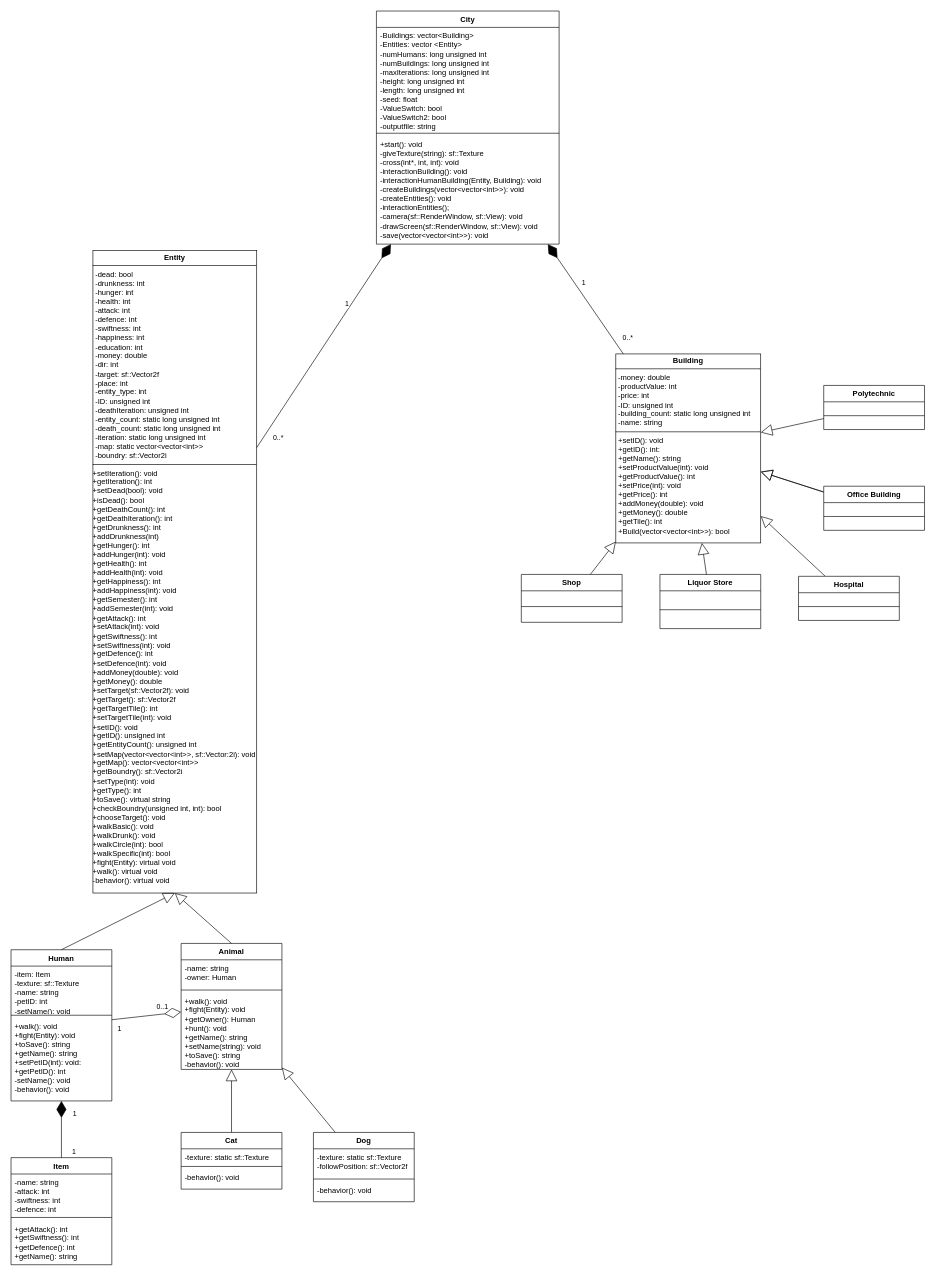
Earlier version of the draw.io diagram drawio/diagram_class.drawio (KacKep/city_simulator). Source tidied: cells renumbered, new cells numbered last; positions are measured from the earlier drawing's top-left corner, leaving out a move shared by most shapes. Both pictures are drawn from the tidied source at 63%, with x=0, y=0 at pixel (11, 11).
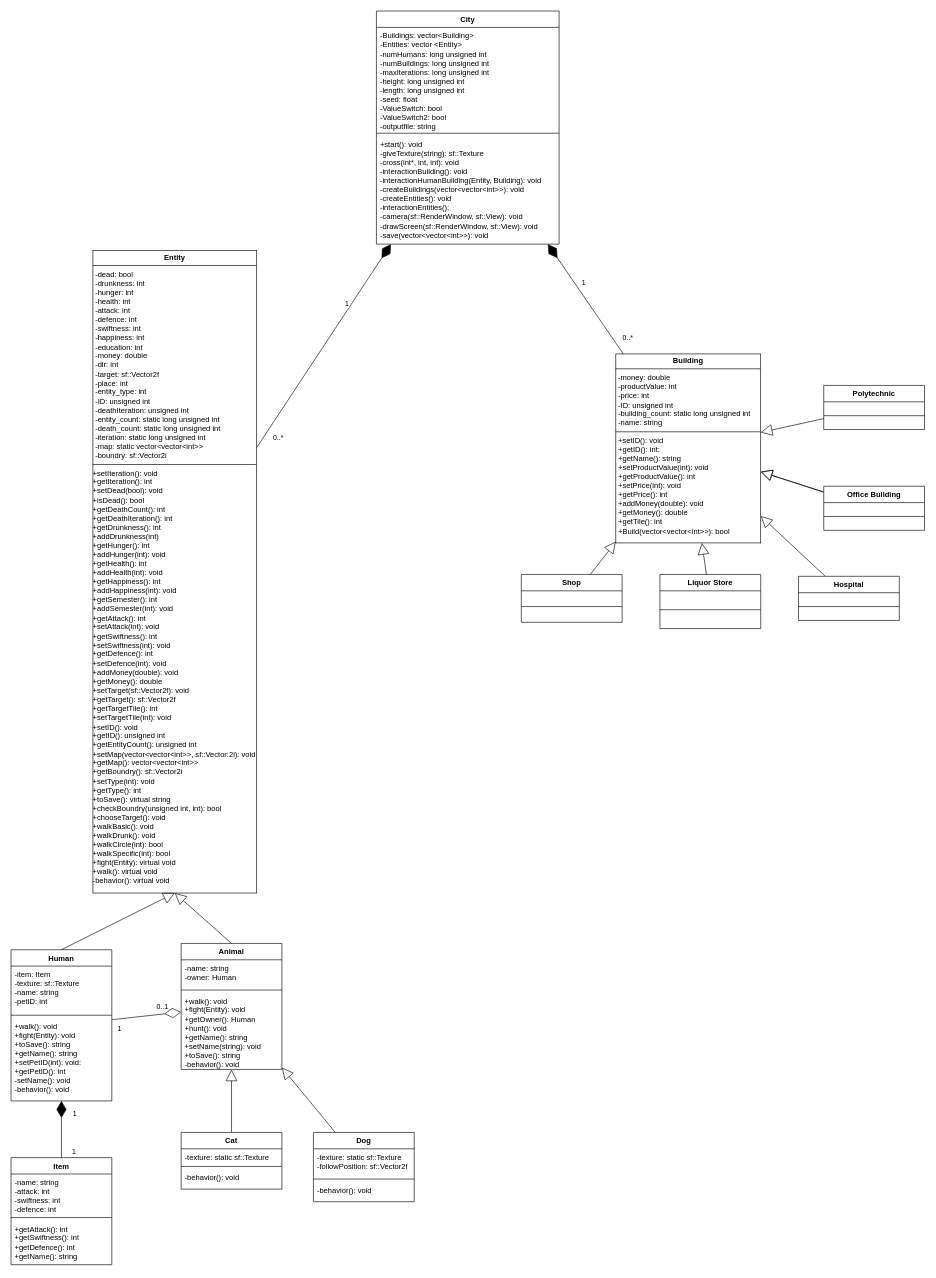
After the change.

Unchanged cells that the change refers to:
```xml
<mxCell id="8" value="Human" style="swimlane;fontStyle=1;align=center;verticalAlign=top;horizontal=1;startSize=26;whiteSpace=wrap;html=1;" parent="1" vertex="1">
  <mxGeometry y="1490" width="160" height="240" as="geometry" />
</mxCell>
```

Diff of the diagram source:
```diff
@@
-    <mxCell id="9" value="&lt;div&gt;&lt;span style=&quot;background-color: transparent; color: light-dark(rgb(0, 0, 0), rgb(255, 255, 255));&quot;&gt;-item: Item&lt;/span&gt;&lt;/div&gt;&lt;div&gt;-texture: sf::Texture&lt;/div&gt;&lt;div&gt;-name: string&lt;/div&gt;&lt;div&gt;-petID: int&lt;/div&gt;&lt;div&gt;-setName(): void&lt;/div&gt;" style="text;strokeColor=none;fillColor=none;align=left;verticalAlign=top;spacingLeft=4;spacingRight=4;overflow=hidden;whiteSpace=wrap;html=1;" parent="8" vertex="1">
+    <mxCell id="9" value="&lt;div&gt;&lt;span style=&quot;background-color: transparent; color: light-dark(rgb(0, 0, 0), rgb(255, 255, 255));&quot;&gt;-item: Item&lt;/span&gt;&lt;/div&gt;&lt;div&gt;-texture: sf::Texture&lt;/div&gt;&lt;div&gt;-name: string&lt;/div&gt;&lt;div&gt;-petID: int&lt;/div&gt;&lt;div&gt;&lt;br&gt;&lt;/div&gt;" style="text;strokeColor=none;fillColor=none;align=left;verticalAlign=top;spacingLeft=4;spacingRight=4;overflow=hidden;whiteSpace=wrap;html=1;" parent="8" vertex="1">
       <mxGeometry y="26" width="160" height="74" as="geometry" />
     </mxCell>
```
